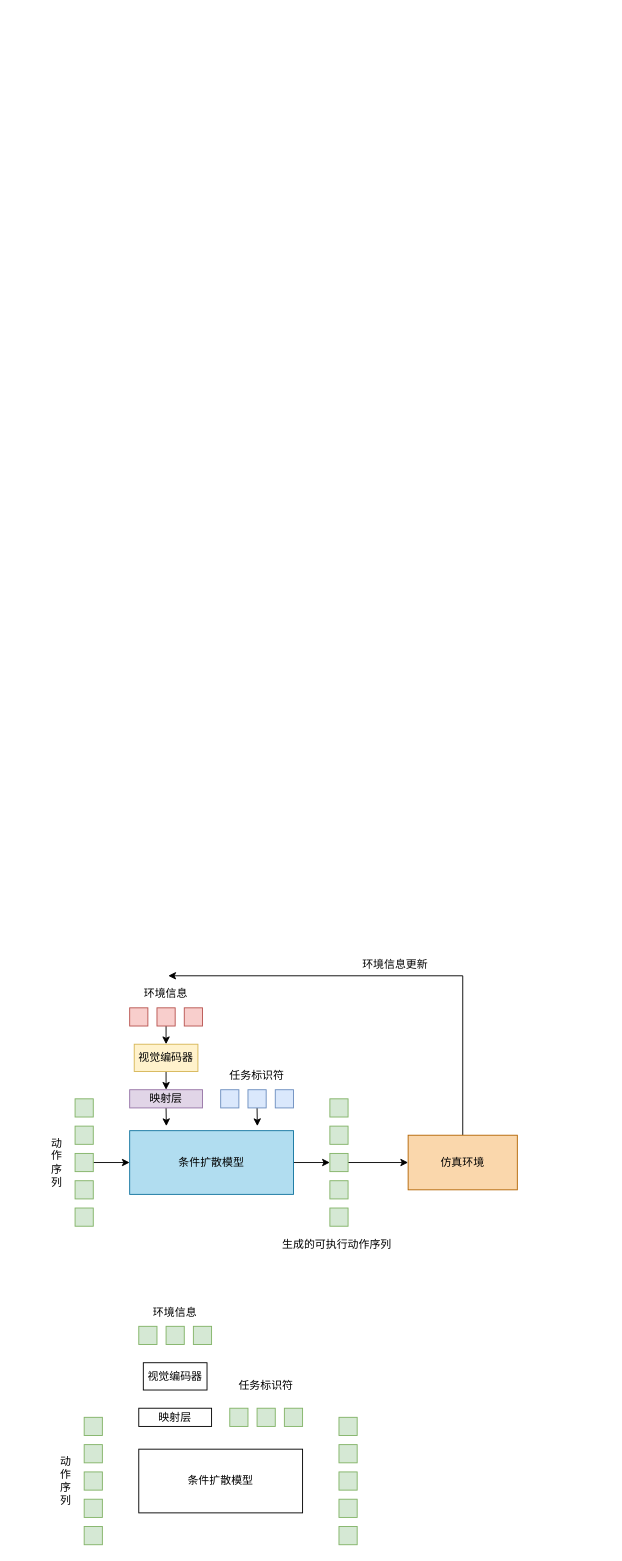
This is decision_diffuser.drawio from 1223haohao/picture, a draw.io file, before an edit. Source tidied: cells renumbered, new cells numbered last; positions are measured from the earlier drawing's top-left corner, leaving out a move shared by most shapes. Both pictures are drawn from the tidied source at 91%, with x=0, y=0 at pixel (47, 951). Pictures stored in the file or linked from it are replaced by grey dashed boxes.
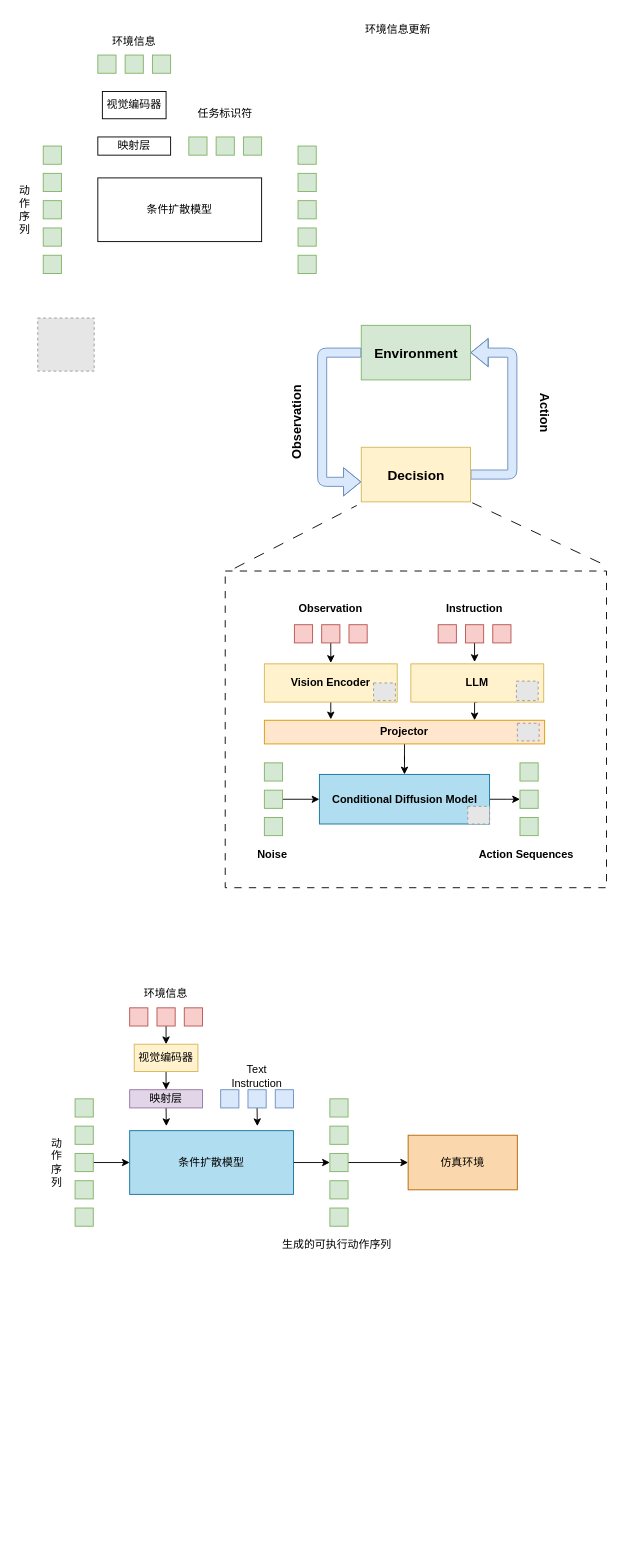
Above is the later version.

The change refers to these unchanged cells:
```xml
<mxCell id="54" value="仿真环境" style="rounded=0;whiteSpace=wrap;html=1;fillColor=#fad7ac;strokeColor=#b46504;" parent="1" vertex="1">
  <mxGeometry x="396" y="202" width="120" height="60" as="geometry" />
</mxCell>
```

What changed in the source:
```diff
@@
+    <mxCell id="57" style="rounded=0;whiteSpace=wrap;html=1;dashed=1;dashPattern=8 8;" parent="1" vertex="1">
+      <mxGeometry x="195" y="-418" width="419" height="348" as="geometry" />
+    </mxCell>
@@
-    <mxCell id="30" value="任务标识符" style="text;html=1;align=center;verticalAlign=middle;whiteSpace=wrap;rounded=0;" parent="1" vertex="1">
+    <mxCell id="30" value="Text Instruction" style="text;html=1;align=center;verticalAlign=middle;whiteSpace=wrap;rounded=0;" parent="1" vertex="1">
       <mxGeometry x="195" y="122" width="70" height="30" as="geometry" />
     </mxCell>
     <mxCell id="31" style="rounded=0;whiteSpace=wrap;html=1;fillColor=#d5e8d4;strokeColor=#82b366;" parent="1" vertex="1">
-      <mxGeometry x="40" y="602" width="20" height="20" as="geometry" />
+      <mxGeometry x="-5" y="-795" width="20" height="20" as="geometry" />
     </mxCell>
     <mxCell id="32" style="rounded=0;whiteSpace=wrap;html=1;fillColor=#d5e8d4;strokeColor=#82b366;" parent="1" vertex="1">
-      <mxGeometry x="40" y="512" width="20" height="20" as="geometry" />
+      <mxGeometry x="-5" y="-885" width="20" height="20" as="geometry" />
     </mxCell>
     <mxCell id="33" style="rounded=0;whiteSpace=wrap;html=1;fillColor=#d5e8d4;strokeColor=#82b366;" parent="1" vertex="1">
-      <mxGeometry x="40" y="542" width="20" height="20" as="geometry" />
+      <mxGeometry x="-5" y="-855" width="20" height="20" as="geometry" />
     </mxCell>
     <mxCell id="34" style="rounded=0;whiteSpace=wrap;html=1;fillColor=#d5e8d4;strokeColor=#82b366;" parent="1" vertex="1">
-      <mxGeometry x="40" y="572" width="20" height="20" as="geometry" />
+      <mxGeometry x="-5" y="-825" width="20" height="20" as="geometry" />
     </mxCell>
     <mxCell id="35" style="rounded=0;whiteSpace=wrap;html=1;fillColor=#d5e8d4;strokeColor=#82b366;" parent="1" vertex="1">
-      <mxGeometry x="40" y="632" width="20" height="20" as="geometry" />
+      <mxGeometry x="-5" y="-765" width="20" height="20" as="geometry" />
     </mxCell>
     <mxCell id="36" value="条件扩散模型" style="rounded=0;whiteSpace=wrap;html=1;" parent="1" vertex="1">
-      <mxGeometry x="100" y="547" width="180" height="70" as="geometry" />
+      <mxGeometry x="55" y="-850" width="180" height="70" as="geometry" />
     </mxCell>
     <mxCell id="37" style="rounded=0;whiteSpace=wrap;html=1;fillColor=#d5e8d4;strokeColor=#82b366;" parent="1" vertex="1">
-      <mxGeometry x="100" y="412" width="20" height="20" as="geometry" />
+      <mxGeometry x="55" y="-985" width="20" height="20" as="geometry" />
     </mxCell>
     <mxCell id="38" style="rounded=0;whiteSpace=wrap;html=1;fillColor=#d5e8d4;strokeColor=#82b366;" parent="1" vertex="1">
-      <mxGeometry x="130" y="412" width="20" height="20" as="geometry" />
+      <mxGeometry x="85" y="-985" width="20" height="20" as="geometry" />
     </mxCell>
     <mxCell id="39" style="rounded=0;whiteSpace=wrap;html=1;fillColor=#d5e8d4;strokeColor=#82b366;" parent="1" vertex="1">
-      <mxGeometry x="160" y="412" width="20" height="20" as="geometry" />
+      <mxGeometry x="115" y="-985" width="20" height="20" as="geometry" />
     </mxCell>
     <mxCell id="40" value="视觉编码器" style="rounded=0;whiteSpace=wrap;html=1;" parent="1" vertex="1">
-      <mxGeometry x="105" y="452" width="70" height="30" as="geometry" />
+      <mxGeometry x="60" y="-945" width="70" height="30" as="geometry" />
     </mxCell>
     <mxCell id="41" value="映射层" style="rounded=0;whiteSpace=wrap;html=1;" parent="1" vertex="1">
-      <mxGeometry x="100" y="502" width="80" height="20" as="geometry" />
+      <mxGeometry x="55" y="-895" width="80" height="20" as="geometry" />
     </mxCell>
     <mxCell id="42" style="rounded=0;whiteSpace=wrap;html=1;fillColor=#d5e8d4;strokeColor=#82b366;" parent="1" vertex="1">
-      <mxGeometry x="200" y="502" width="20" height="20" as="geometry" />
+      <mxGeometry x="155" y="-895" width="20" height="20" as="geometry" />
     </mxCell>
     <mxCell id="43" style="rounded=0;whiteSpace=wrap;html=1;fillColor=#d5e8d4;strokeColor=#82b366;" parent="1" vertex="1">
-      <mxGeometry x="230" y="502" width="20" height="20" as="geometry" />
+      <mxGeometry x="185" y="-895" width="20" height="20" as="geometry" />
     </mxCell>
     <mxCell id="44" style="rounded=0;whiteSpace=wrap;html=1;fillColor=#d5e8d4;strokeColor=#82b366;" parent="1" vertex="1">
-      <mxGeometry x="260" y="502" width="20" height="20" as="geometry" />
+      <mxGeometry x="215" y="-895" width="20" height="20" as="geometry" />
     </mxCell>
     <mxCell id="45" style="rounded=0;whiteSpace=wrap;html=1;fillColor=#d5e8d4;strokeColor=#82b366;" parent="1" vertex="1">
-      <mxGeometry x="320" y="602" width="20" height="20" as="geometry" />
+      <mxGeometry x="275" y="-795" width="20" height="20" as="geometry" />
     </mxCell>
     <mxCell id="46" style="rounded=0;whiteSpace=wrap;html=1;fillColor=#d5e8d4;strokeColor=#82b366;" parent="1" vertex="1">
-      <mxGeometry x="320" y="512" width="20" height="20" as="geometry" />
+      <mxGeometry x="275" y="-885" width="20" height="20" as="geometry" />
     </mxCell>
     <mxCell id="47" style="rounded=0;whiteSpace=wrap;html=1;fillColor=#d5e8d4;strokeColor=#82b366;" parent="1" vertex="1">
-      <mxGeometry x="320" y="542" width="20" height="20" as="geometry" />
+      <mxGeometry x="275" y="-855" width="20" height="20" as="geometry" />
     </mxCell>
     <mxCell id="48" style="rounded=0;whiteSpace=wrap;html=1;fillColor=#d5e8d4;strokeColor=#82b366;" parent="1" vertex="1">
-      <mxGeometry x="320" y="572" width="20" height="20" as="geometry" />
+      <mxGeometry x="275" y="-825" width="20" height="20" as="geometry" />
     </mxCell>
     <mxCell id="49" style="rounded=0;whiteSpace=wrap;html=1;fillColor=#d5e8d4;strokeColor=#82b366;" parent="1" vertex="1">
-      <mxGeometry x="320" y="632" width="20" height="20" as="geometry" />
+      <mxGeometry x="275" y="-765" width="20" height="20" as="geometry" />
     </mxCell>
     <mxCell id="50" value="动作序列" style="text;html=1;align=center;verticalAlign=middle;whiteSpace=wrap;rounded=0;" parent="1" vertex="1">
-      <mxGeometry x="10" y="537" width="20" height="90" as="geometry" />
+      <mxGeometry x="-35" y="-860" width="20" height="90" as="geometry" />
     </mxCell>
     <mxCell id="51" value="环境信息" style="text;html=1;align=center;verticalAlign=middle;whiteSpace=wrap;rounded=0;" parent="1" vertex="1">
-      <mxGeometry x="110" y="382" width="60" height="30" as="geometry" />
+      <mxGeometry x="65" y="-1015" width="60" height="30" as="geometry" />
     </mxCell>
     <mxCell id="52" value="任务标识符" style="text;html=1;align=center;verticalAlign=middle;whiteSpace=wrap;rounded=0;" parent="1" vertex="1">
-      <mxGeometry x="205" y="462" width="70" height="30" as="geometry" />
+      <mxGeometry x="160" y="-935" width="70" height="30" as="geometry" />
     </mxCell>
-    <mxCell id="53" style="edgeStyle=orthogonalEdgeStyle;rounded=0;jettySize=auto;html=1;" parent="1" edge="1" source="54">
-      <mxGeometry relative="1" as="geometry">
-        <mxPoint x="132.4" y="26.8" as="targetPoint" />
-        <Array as="points">
-          <mxPoint x="456" y="27" />
-        </Array>
-      </mxGeometry>
-    </mxCell>
@@
     <mxCell id="56" value="环境信息更新" style="text;html=1;align=center;verticalAlign=middle;whiteSpace=wrap;rounded=0;" parent="1" vertex="1">
-      <mxGeometry x="345" width="74" height="30" as="geometry" />
+      <mxGeometry x="348" y="-1028" width="74" height="30" as="geometry" />
     </mxCell>
+    <mxCell id="58" style="fillColor=#E6E6E6;strokeColor=#999999;dashed=1;verticalLabelPosition=bottom;labelBackgroundColor=default;verticalAlign=top;" parent="1" vertex="1">
+      <mxGeometry x="-11" y="-696" width="62" height="58.3" as="geometry" />
+    </mxCell>
+    <mxCell id="59" style="edgeStyle=orthogonalEdgeStyle;rounded=1;jettySize=auto;html=1;exitX=1;exitY=0.5;exitDx=0;exitDy=0;entryX=1;entryY=0.5;entryDx=0;entryDy=0;curved=0;shape=flexArrow;fillColor=#dae8fc;strokeColor=#6c8ebf;" parent="1" edge="1" source="60" target="61">
+      <mxGeometry relative="1" as="geometry">
+        <Array as="points">
+          <mxPoint x="510.5" y="-524" />
+          <mxPoint x="510.5" y="-658" />
+        </Array>
+      </mxGeometry>
+    </mxCell>
+    <mxCell id="60" value="&lt;b&gt;&lt;font style=&quot;font-size: 15px;&quot;&gt;Decision&lt;/font&gt;&lt;/b&gt;" style="rounded=0;whiteSpace=wrap;html=1;fillColor=#fff2cc;strokeColor=#d6b656;direction=east;" parent="1" vertex="1">
+      <mxGeometry x="344.5" y="-554" width="120" height="60" as="geometry" />
+    </mxCell>
+    <mxCell id="61" value="&lt;b&gt;&lt;font style=&quot;font-size: 15px;&quot;&gt;Environment&lt;/font&gt;&lt;/b&gt;" style="rounded=0;whiteSpace=wrap;html=1;fillColor=#d5e8d4;strokeColor=#82b366;direction=east;" parent="1" vertex="1">
+      <mxGeometry x="344.5" y="-688" width="120" height="60" as="geometry" />
+    </mxCell>
+    <mxCell id="62" style="edgeStyle=orthogonalEdgeStyle;rounded=1;jettySize=auto;html=1;exitX=0;exitY=0.5;exitDx=0;exitDy=0;entryX=0;entryY=0.633;entryDx=0;entryDy=0;curved=0;shape=flexArrow;fillColor=#dae8fc;fillStyle=auto;strokeColor=#6c8ebf;entryPerimeter=0;" parent="1" edge="1" source="61" target="60">
+      <mxGeometry relative="1" as="geometry">
+        <Array as="points">
+          <mxPoint x="301.5" y="-658" />
+          <mxPoint x="301.5" y="-516" />
+        </Array>
+      </mxGeometry>
+    </mxCell>
+    <mxCell id="63" value="&lt;b style=&quot;font-size: 14px;&quot;&gt;&lt;font style=&quot;font-size: 14px;&quot;&gt;Observation&lt;/font&gt;&lt;/b&gt;" style="text;html=1;align=center;verticalAlign=middle;whiteSpace=wrap;rounded=0;rotation=-90;fontSize=14;" parent="1" vertex="1">
+      <mxGeometry x="205.8" y="-595" width="135.2" height="27" as="geometry" />
+    </mxCell>
+    <mxCell id="64" value="&lt;b style=&quot;font-size: 14px;&quot;&gt;&lt;font style=&quot;font-size: 14px;&quot;&gt;Action&lt;/font&gt;&lt;/b&gt;" style="text;html=1;align=center;verticalAlign=middle;whiteSpace=wrap;rounded=0;rotation=90;fontSize=14;direction=east;" parent="1" vertex="1">
+      <mxGeometry x="507.5" y="-605.7" width="79" height="27" as="geometry" />
+    </mxCell>
+    <mxCell id="65" style="rounded=0;whiteSpace=wrap;html=1;fillColor=#d5e8d4;strokeColor=#82b366;" parent="1" vertex="1">
+      <mxGeometry x="238" y="-147.2" width="20" height="20" as="geometry" />
+    </mxCell>
+    <mxCell id="66" style="rounded=0;whiteSpace=wrap;html=1;fillColor=#d5e8d4;strokeColor=#82b366;" parent="1" vertex="1">
+      <mxGeometry x="238" y="-207.2" width="20" height="20" as="geometry" />
+    </mxCell>
+    <mxCell id="67" style="edgeStyle=orthogonalEdgeStyle;rounded=0;jettySize=auto;html=1;" parent="1" edge="1" source="68" target="70">
+      <mxGeometry relative="1" as="geometry" />
+    </mxCell>
+    <mxCell id="68" style="rounded=0;whiteSpace=wrap;html=1;fillColor=#d5e8d4;strokeColor=#82b366;" parent="1" vertex="1">
+      <mxGeometry x="238" y="-177.2" width="20" height="20" as="geometry" />
+    </mxCell>
+    <mxCell id="69" style="edgeStyle=orthogonalEdgeStyle;rounded=0;jettySize=auto;html=1;" parent="1" edge="1" source="70" target="79">
+      <mxGeometry relative="1" as="geometry" />
+    </mxCell>
+    <mxCell id="70" value="&lt;b&gt;Conditional Diffusion Model&lt;/b&gt;" style="rounded=0;whiteSpace=wrap;html=1;fillColor=#b1ddf0;strokeColor=#10739e;" parent="1" vertex="1">
+      <mxGeometry x="298.5" y="-194.5" width="187" height="54.5" as="geometry" />
+    </mxCell>
+    <mxCell id="71" style="rounded=0;whiteSpace=wrap;html=1;fillColor=#f8cecc;strokeColor=#b85450;" parent="1" vertex="1">
+      <mxGeometry x="271" y="-359" width="20" height="20" as="geometry" />
+    </mxCell>
+    <mxCell id="72" style="edgeStyle=orthogonalEdgeStyle;rounded=0;jettySize=auto;html=1;exitX=0.5;exitY=1;exitDx=0;exitDy=0;" parent="1" edge="1" source="73">
+      <mxGeometry relative="1" as="geometry">
+        <mxPoint x="311" y="-317" as="targetPoint" />
+      </mxGeometry>
+    </mxCell>
+    <mxCell id="73" style="rounded=0;whiteSpace=wrap;html=1;fillColor=#f8cecc;strokeColor=#b85450;" parent="1" vertex="1">
+      <mxGeometry x="301" y="-359" width="20" height="20" as="geometry" />
+    </mxCell>
+    <mxCell id="74" style="rounded=0;whiteSpace=wrap;html=1;fillColor=#f8cecc;strokeColor=#b85450;" parent="1" vertex="1">
+      <mxGeometry x="331" y="-359" width="20" height="20" as="geometry" />
+    </mxCell>
+    <mxCell id="75" style="edgeStyle=orthogonalEdgeStyle;rounded=0;jettySize=auto;html=1;exitX=0.5;exitY=1;exitDx=0;exitDy=0;" parent="1" edge="1" source="76">
+      <mxGeometry relative="1" as="geometry">
+        <mxPoint x="311" y="-255" as="targetPoint" />
+      </mxGeometry>
+    </mxCell>
+    <mxCell id="76" value="&lt;b&gt;Vision Encoder&lt;/b&gt;" style="rounded=0;whiteSpace=wrap;html=1;fillColor=#fff2cc;strokeColor=#d6b656;" parent="1" vertex="1">
+      <mxGeometry x="238" y="-316" width="146" height="42" as="geometry" />
+    </mxCell>
+    <mxCell id="77" style="rounded=0;whiteSpace=wrap;html=1;fillColor=#d5e8d4;strokeColor=#82b366;" parent="1" vertex="1">
+      <mxGeometry x="518.9" y="-147.2" width="20" height="20" as="geometry" />
+    </mxCell>
+    <mxCell id="78" style="rounded=0;whiteSpace=wrap;html=1;fillColor=#d5e8d4;strokeColor=#82b366;" parent="1" vertex="1">
+      <mxGeometry x="518.9" y="-207.2" width="20" height="20" as="geometry" />
+    </mxCell>
+    <mxCell id="79" style="rounded=0;whiteSpace=wrap;html=1;fillColor=#d5e8d4;strokeColor=#82b366;" parent="1" vertex="1">
+      <mxGeometry x="518.9" y="-177.2" width="20" height="20" as="geometry" />
+    </mxCell>
+    <mxCell id="80" value="&lt;b&gt;Noise&lt;/b&gt;" style="text;html=1;align=center;verticalAlign=middle;whiteSpace=wrap;rounded=0;" parent="1" vertex="1">
+      <mxGeometry x="237" y="-118" width="20" height="23.8" as="geometry" />
+    </mxCell>
+    <mxCell id="81" value="&lt;b&gt;Observation&lt;/b&gt;" style="text;html=1;align=center;verticalAlign=middle;whiteSpace=wrap;rounded=0;" parent="1" vertex="1">
+      <mxGeometry x="281" y="-391" width="60" height="30" as="geometry" />
+    </mxCell>
+    <mxCell id="82" value="&lt;b&gt;Action Sequences&lt;/b&gt;" style="text;html=1;align=center;verticalAlign=middle;whiteSpace=wrap;rounded=0;" parent="1" vertex="1">
+      <mxGeometry x="458" y="-116.1" width="136" height="20" as="geometry" />
+    </mxCell>
+    <mxCell id="83" style="fillColor=#E6E6E6;strokeColor=#999999;dashed=1;verticalLabelPosition=bottom;labelBackgroundColor=default;verticalAlign=top;" parent="1" vertex="1">
+      <mxGeometry x="358" y="-295" width="24" height="19.4" as="geometry" />
+    </mxCell>
+    <mxCell id="84" style="edgeStyle=orthogonalEdgeStyle;rounded=0;jettySize=auto;html=1;exitX=0.5;exitY=1;exitDx=0;exitDy=0;entryX=0.75;entryY=0;entryDx=0;entryDy=0;" parent="1" edge="1" source="85" target="92">
+      <mxGeometry relative="1" as="geometry" />
+    </mxCell>
+    <mxCell id="85" value="&lt;b&gt;LLM&lt;/b&gt;" style="rounded=0;whiteSpace=wrap;html=1;fillColor=#fff2cc;strokeColor=#d6b656;" parent="1" vertex="1">
+      <mxGeometry x="399" y="-316" width="146" height="42" as="geometry" />
+    </mxCell>
+    <mxCell id="86" style="rounded=0;whiteSpace=wrap;html=1;fillColor=#f8cecc;strokeColor=#b85450;" parent="1" vertex="1">
+      <mxGeometry x="429" y="-359" width="20" height="20" as="geometry" />
+    </mxCell>
+    <mxCell id="87" style="edgeStyle=orthogonalEdgeStyle;rounded=0;jettySize=auto;html=1;exitX=0.5;exitY=1;exitDx=0;exitDy=0;" parent="1" edge="1" source="88">
+      <mxGeometry relative="1" as="geometry">
+        <mxPoint x="469" y="-318" as="targetPoint" />
+      </mxGeometry>
+    </mxCell>
+    <mxCell id="88" style="rounded=0;whiteSpace=wrap;html=1;fillColor=#f8cecc;strokeColor=#b85450;" parent="1" vertex="1">
+      <mxGeometry x="459" y="-359" width="20" height="20" as="geometry" />
+    </mxCell>
+    <mxCell id="89" style="rounded=0;whiteSpace=wrap;html=1;fillColor=#f8cecc;strokeColor=#b85450;" parent="1" vertex="1">
+      <mxGeometry x="489" y="-359" width="20" height="20" as="geometry" />
+    </mxCell>
+    <mxCell id="90" style="fillColor=#E6E6E6;strokeColor=#999999;dashed=1;verticalLabelPosition=bottom;labelBackgroundColor=default;verticalAlign=top;" parent="1" vertex="1">
+      <mxGeometry x="515" y="-297" width="23.9" height="21.4" as="geometry" />
+    </mxCell>
+    <mxCell id="91" style="edgeStyle=orthogonalEdgeStyle;rounded=0;jettySize=auto;html=1;" parent="1" edge="1" source="92" target="70">
+      <mxGeometry relative="1" as="geometry" />
+    </mxCell>
+    <mxCell id="92" value="&lt;b&gt;Projector&lt;/b&gt;" style="rounded=0;whiteSpace=wrap;html=1;fillColor=#ffe6cc;strokeColor=#d79b00;" parent="1" vertex="1">
+      <mxGeometry x="238" y="-254" width="308" height="26" as="geometry" />
+    </mxCell>
+    <mxCell id="93" style="fillColor=#E6E6E6;strokeColor=#999999;dashed=1;verticalLabelPosition=bottom;labelBackgroundColor=default;verticalAlign=top;" parent="1" vertex="1">
+      <mxGeometry x="516" y="-250.7" width="24" height="19.4" as="geometry" />
+    </mxCell>
+    <mxCell id="94" style="fillColor=#E6E6E6;strokeColor=#999999;dashed=1;verticalLabelPosition=bottom;labelBackgroundColor=default;verticalAlign=top;" parent="1" vertex="1">
+      <mxGeometry x="461.5" y="-159.4" width="24" height="19.4" as="geometry" />
+    </mxCell>
+    <mxCell id="95" value="&lt;b&gt;Instruction&lt;/b&gt;" style="text;html=1;align=center;verticalAlign=middle;whiteSpace=wrap;rounded=0;" parent="1" vertex="1">
+      <mxGeometry x="439" y="-391" width="60" height="30" as="geometry" />
+    </mxCell>
+    <mxCell id="96" style="endArrow=none;dashed=1;html=1;rounded=0;exitX=0.025;exitY=-0.009;exitDx=0;exitDy=0;exitPerimeter=0;dashPattern=12 12;" parent="1" edge="1" source="57">
+      <mxGeometry relative="1" as="geometry">
+        <mxPoint x="339.5" y="-490" as="targetPoint" />
+      </mxGeometry>
+    </mxCell>
+    <mxCell id="97" style="endArrow=none;dashed=1;html=1;rounded=0;dashPattern=12 12;" parent="1" edge="1">
+      <mxGeometry relative="1" as="geometry">
+        <mxPoint x="607" y="-427" as="sourcePoint" />
+        <mxPoint x="466.5" y="-493" as="targetPoint" />
+      </mxGeometry>
+    </mxCell>
```
